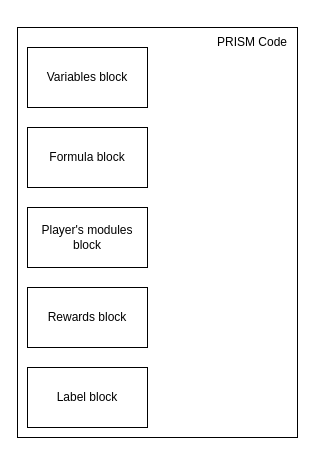
The draw.io diagram PRISMCodeStructure.drawio in AplyQ8/SUBD, before the edit. Source tidied: cells renumbered, new cells numbered last; positions are measured from the earlier drawing's top-left corner, leaving out a move shared by most shapes. Both pictures are drawn from the tidied source at 100%, with x=0, y=0 at pixel (17, 27).
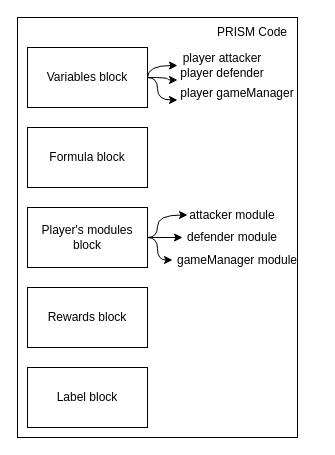
After the change.

The change refers to these unchanged cells:
```xml
<mxCell id="4" value="Variables block" style="rounded=0;whiteSpace=wrap;html=1;" parent="1" vertex="1">
  <mxGeometry x="10" y="20" width="120" height="60" as="geometry" />
</mxCell>
<mxCell id="6" value="Player's modules block" style="rounded=0;whiteSpace=wrap;html=1;" parent="1" vertex="1">
  <mxGeometry x="10" y="180" width="120" height="60" as="geometry" />
</mxCell>
```

The edit, as a diff of the source:
```diff
@@
     <mxCell id="2" style="rounded=0;whiteSpace=wrap;html=1;" parent="1" vertex="1">
-      <mxGeometry width="280" height="410" as="geometry" />
+      <mxGeometry y="-10" width="280" height="420" as="geometry" />
     </mxCell>
     <mxCell id="3" value="PRISM Code" style="text;html=1;align=center;verticalAlign=middle;whiteSpace=wrap;rounded=0;" parent="1" vertex="1">
-      <mxGeometry x="170" width="130" height="30" as="geometry" />
+      <mxGeometry x="170" y="-10" width="130" height="30" as="geometry" />
     </mxCell>
+    <mxCell id="9" style="edgeStyle=orthogonalEdgeStyle;rounded=0;jettySize=auto;html=1;exitX=1;exitY=0.5;exitDx=0;exitDy=0;curved=1;" parent="1" edge="1" source="4" target="15">
+      <mxGeometry relative="1" as="geometry">
+        <Array as="points">
+          <mxPoint x="130" y="38" />
+        </Array>
+      </mxGeometry>
+    </mxCell>
+    <mxCell id="10" style="edgeStyle=orthogonalEdgeStyle;rounded=0;jettySize=auto;html=1;entryX=0;entryY=0.5;entryDx=0;entryDy=0;curved=1;" parent="1" edge="1" source="4" target="16">
+      <mxGeometry relative="1" as="geometry">
+        <Array as="points">
+          <mxPoint x="150" y="50" />
+        </Array>
+      </mxGeometry>
+    </mxCell>
+    <mxCell id="11" style="edgeStyle=orthogonalEdgeStyle;rounded=0;jettySize=auto;html=1;entryX=0;entryY=0.5;entryDx=0;entryDy=0;curved=1;" parent="1" edge="1" source="4" target="17">
+      <mxGeometry relative="1" as="geometry">
+        <Array as="points">
+          <mxPoint x="140" y="50" />
+          <mxPoint x="140" y="73" />
+        </Array>
+      </mxGeometry>
+    </mxCell>
@@
+    <mxCell id="12" style="edgeStyle=orthogonalEdgeStyle;rounded=0;jettySize=auto;html=1;entryX=0;entryY=0.5;entryDx=0;entryDy=0;curved=1;" parent="1" edge="1" source="6" target="18">
+      <mxGeometry relative="1" as="geometry">
+        <Array as="points">
+          <mxPoint x="140" y="210" />
+          <mxPoint x="140" y="188" />
+        </Array>
+      </mxGeometry>
+    </mxCell>
+    <mxCell id="13" style="edgeStyle=orthogonalEdgeStyle;rounded=0;jettySize=auto;html=1;exitX=1;exitY=0.5;exitDx=0;exitDy=0;" parent="1" edge="1" source="6" target="19">
+      <mxGeometry relative="1" as="geometry" />
+    </mxCell>
+    <mxCell id="14" style="edgeStyle=orthogonalEdgeStyle;rounded=0;jettySize=auto;html=1;entryX=0;entryY=0.5;entryDx=0;entryDy=0;curved=1;" parent="1" edge="1" source="6" target="20">
+      <mxGeometry relative="1" as="geometry">
+        <Array as="points">
+          <mxPoint x="140" y="210" />
+          <mxPoint x="140" y="232" />
+        </Array>
+      </mxGeometry>
+    </mxCell>
@@
+    <mxCell id="15" value="player attacker&lt;div&gt;&lt;br&gt;&lt;/div&gt;" style="text;html=1;align=center;verticalAlign=middle;whiteSpace=wrap;rounded=0;" parent="1" vertex="1">
+      <mxGeometry x="160" y="30" width="90" height="15" as="geometry" />
+    </mxCell>
+    <mxCell id="16" value="player defender&lt;div&gt;&lt;br&gt;&lt;/div&gt;" style="text;html=1;align=center;verticalAlign=middle;whiteSpace=wrap;rounded=0;" parent="1" vertex="1">
+      <mxGeometry x="160" y="45" width="90" height="15" as="geometry" />
+    </mxCell>
+    <mxCell id="17" value="player gameManager&lt;div&gt;&lt;br&gt;&lt;/div&gt;" style="text;html=1;align=center;verticalAlign=middle;whiteSpace=wrap;rounded=0;" parent="1" vertex="1">
+      <mxGeometry x="160" y="65" width="120" height="15" as="geometry" />
+    </mxCell>
+    <mxCell id="18" value="&lt;div&gt;attacker module&lt;/div&gt;" style="text;html=1;align=center;verticalAlign=middle;whiteSpace=wrap;rounded=0;" parent="1" vertex="1">
+      <mxGeometry x="170" y="180" width="90" height="15" as="geometry" />
+    </mxCell>
+    <mxCell id="19" value="&lt;div&gt;defender module&lt;/div&gt;" style="text;html=1;align=center;verticalAlign=middle;whiteSpace=wrap;rounded=0;" parent="1" vertex="1">
+      <mxGeometry x="165" y="202.5" width="100" height="15" as="geometry" />
+    </mxCell>
+    <mxCell id="20" value="&lt;div&gt;gameManager module&lt;/div&gt;" style="text;html=1;align=center;verticalAlign=middle;whiteSpace=wrap;rounded=0;" parent="1" vertex="1">
+      <mxGeometry x="155" y="225" width="130" height="15" as="geometry" />
+    </mxCell>
```
